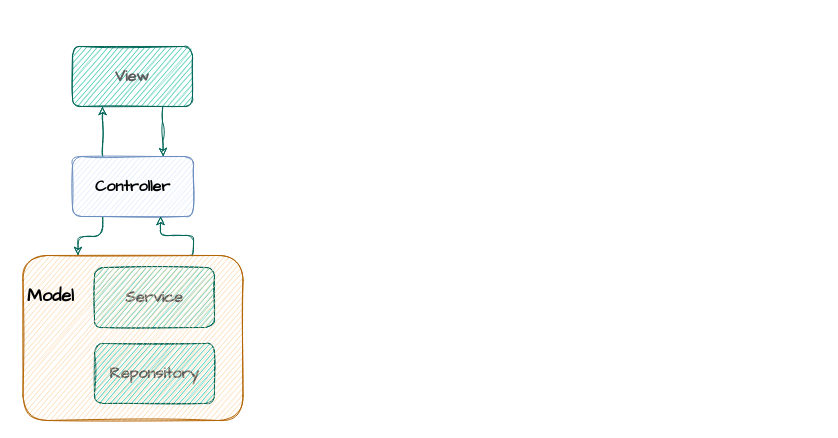
XinBaoCode/digram keeps this draw.io diagram as Untitled Diagram.drawio. Above is the earlier version. Source tidied: cells renumbered, new cells numbered last; positions are measured from the earlier drawing's top-left corner, leaving out a move shared by most shapes. Both pictures are drawn from the tidied source at 100%, with x=0, y=0 at pixel (17, 46).
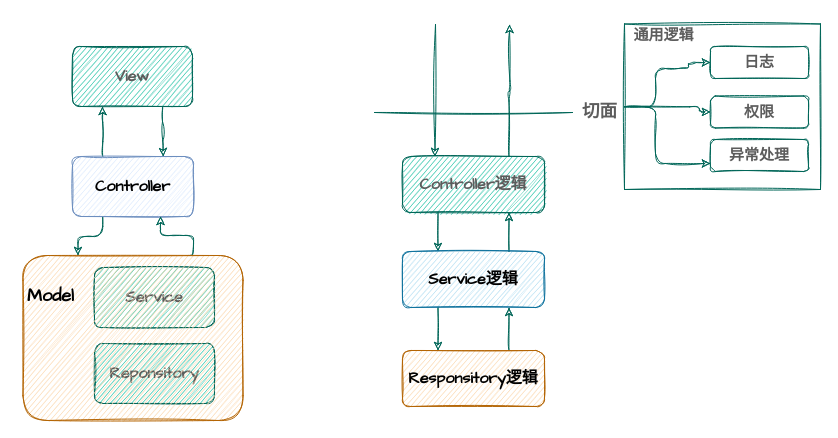
The same diagram, later.

Change to the diagram source:
```diff
@@
+    <mxCell id="12" style="edgeStyle=orthogonalEdgeStyle;curved=0;rounded=1;sketch=1;jettySize=auto;html=1;exitX=0;exitY=0.5;exitDx=0;exitDy=0;entryX=0;entryY=0.75;entryDx=0;entryDy=0;fontFamily=Comic Sans MS;fontSize=15;fontColor=#5C5C5C;strokeColor=#006658;fillColor=#21C0A5;" parent="1" edge="1" source="15" target="30">
+      <mxGeometry relative="1" as="geometry">
+        <Array as="points">
+          <mxPoint x="638" y="60" />
+          <mxPoint x="638" y="117" />
+        </Array>
+      </mxGeometry>
+    </mxCell>
+    <mxCell id="13" style="edgeStyle=orthogonalEdgeStyle;curved=0;rounded=1;sketch=1;jettySize=auto;html=1;exitX=0;exitY=0.5;exitDx=0;exitDy=0;entryX=0;entryY=0.5;entryDx=0;entryDy=0;fontFamily=Comic Sans MS;fontSize=15;fontColor=#5C5C5C;strokeColor=#006658;fillColor=#21C0A5;" parent="1" edge="1" source="15" target="29">
+      <mxGeometry relative="1" as="geometry">
+        <Array as="points">
+          <mxPoint x="682" y="60" />
+          <mxPoint x="682" y="66" />
+        </Array>
+      </mxGeometry>
+    </mxCell>
+    <mxCell id="14" style="edgeStyle=orthogonalEdgeStyle;curved=0;rounded=1;sketch=1;jettySize=auto;html=1;exitX=0;exitY=0.5;exitDx=0;exitDy=0;entryX=0;entryY=0.5;entryDx=0;entryDy=0;fontFamily=Comic Sans MS;fontSize=15;fontColor=#5C5C5C;strokeColor=#006658;fillColor=#21C0A5;" parent="1" edge="1" source="15" target="28">
+      <mxGeometry relative="1" as="geometry">
+        <Array as="points">
+          <mxPoint x="638" y="60" />
+          <mxPoint x="638" y="22" />
+          <mxPoint x="671" y="22" />
+          <mxPoint x="671" y="16" />
+        </Array>
+      </mxGeometry>
+    </mxCell>
+    <mxCell id="15" style="rounded=0;whiteSpace=wrap;html=1;labelBorderColor=none;sketch=1;fontFamily=Comic Sans MS;fontSize=15;fontColor=#5C5C5C;strokeColor=#006658;fillColor=none;" parent="1" vertex="1">
+      <mxGeometry x="607" y="-22.5" width="196" height="165.5" as="geometry" />
+    </mxCell>
@@
+    <mxCell id="16" style="edgeStyle=orthogonalEdgeStyle;curved=0;rounded=1;sketch=1;jettySize=auto;html=1;exitX=0.75;exitY=0;exitDx=0;exitDy=0;entryX=0.75;entryY=1;entryDx=0;entryDy=0;fontFamily=Comic Sans MS;fontSize=15;fontColor=#5C5C5C;strokeColor=#006658;fillColor=#21C0A5;" parent="1" edge="1" source="17" target="23">
+      <mxGeometry relative="1" as="geometry" />
+    </mxCell>
+    <mxCell id="17" value="Responsitory逻辑" style="rounded=1;whiteSpace=wrap;html=1;fontFamily=Comic Sans MS;horizontal=1;fontStyle=1;align=center;verticalAlign=middle;fontSize=16;fillColor=#fad7ac;strokeColor=#b46504;sketch=1;" parent="1" vertex="1">
+      <mxGeometry x="385" y="304" width="142" height="56" as="geometry" />
+    </mxCell>
+    <mxCell id="18" style="edgeStyle=orthogonalEdgeStyle;curved=0;rounded=1;sketch=1;jettySize=auto;html=1;exitX=0.25;exitY=1;exitDx=0;exitDy=0;entryX=0.25;entryY=0;entryDx=0;entryDy=0;fontFamily=Comic Sans MS;fontSize=15;fontColor=#5C5C5C;strokeColor=#006658;fillColor=#21C0A5;" parent="1" edge="1" source="20" target="23">
+      <mxGeometry relative="1" as="geometry" />
+    </mxCell>
+    <mxCell id="19" style="edgeStyle=orthogonalEdgeStyle;curved=0;rounded=1;sketch=1;jettySize=auto;html=1;exitX=0.75;exitY=0;exitDx=0;exitDy=0;fontFamily=Comic Sans MS;fontSize=15;fontColor=#5C5C5C;strokeColor=#006658;fillColor=#21C0A5;" parent="1" edge="1" source="20">
+      <mxGeometry relative="1" as="geometry">
+        <mxPoint x="492" y="-22" as="targetPoint" />
+      </mxGeometry>
+    </mxCell>
+    <mxCell id="20" value="Controller逻辑" style="rounded=1;whiteSpace=wrap;html=1;fontFamily=Comic Sans MS;horizontal=1;fontStyle=1;align=center;verticalAlign=middle;fontSize=16;fillColor=#21C0A5;strokeColor=#006658;fontColor=#5C5C5C;sketch=1;" parent="1" vertex="1">
+      <mxGeometry x="385" y="110" width="142" height="56" as="geometry" />
+    </mxCell>
+    <mxCell id="21" style="edgeStyle=orthogonalEdgeStyle;curved=0;rounded=1;sketch=1;jettySize=auto;html=1;exitX=0.75;exitY=0;exitDx=0;exitDy=0;entryX=0.75;entryY=1;entryDx=0;entryDy=0;fontFamily=Comic Sans MS;fontSize=15;fontColor=#5C5C5C;strokeColor=#006658;fillColor=#21C0A5;" parent="1" edge="1" source="23" target="20">
+      <mxGeometry relative="1" as="geometry" />
+    </mxCell>
+    <mxCell id="22" style="edgeStyle=orthogonalEdgeStyle;curved=0;rounded=1;sketch=1;jettySize=auto;html=1;exitX=0.25;exitY=1;exitDx=0;exitDy=0;entryX=0.25;entryY=0;entryDx=0;entryDy=0;fontFamily=Comic Sans MS;fontSize=15;fontColor=#5C5C5C;strokeColor=#006658;fillColor=#21C0A5;" parent="1" edge="1" source="23" target="17">
+      <mxGeometry relative="1" as="geometry" />
+    </mxCell>
+    <mxCell id="23" value="Service逻辑" style="rounded=1;whiteSpace=wrap;html=1;fontFamily=Comic Sans MS;horizontal=1;fontStyle=1;align=center;verticalAlign=middle;fontSize=16;fillColor=#b1ddf0;strokeColor=#10739e;sketch=1;" parent="1" vertex="1">
+      <mxGeometry x="385" y="205" width="142" height="56" as="geometry" />
+    </mxCell>
+    <mxCell id="24" style="endArrow=none;html=1;rounded=1;sketch=1;fontFamily=Comic Sans MS;fontSize=15;fontColor=#5C5C5C;strokeColor=#006658;fillColor=#21C0A5;curved=0;" parent="1" edge="1">
+      <mxGeometry relative="1" as="geometry">
+        <mxPoint x="357" y="66" as="sourcePoint" />
+        <mxPoint x="555" y="66" as="targetPoint" />
+      </mxGeometry>
+    </mxCell>
+    <mxCell id="25" style="endArrow=classic;html=1;rounded=1;sketch=1;fontFamily=Comic Sans MS;fontSize=15;fontColor=#5C5C5C;strokeColor=#006658;fillColor=#21C0A5;curved=0;entryX=0.25;entryY=0;entryDx=0;entryDy=0;" parent="1" edge="1">
+      <mxGeometry relative="1" as="geometry">
+        <mxPoint x="418" y="-22" as="sourcePoint" />
+        <mxPoint x="417.5" y="110" as="targetPoint" />
+      </mxGeometry>
+    </mxCell>
+    <mxCell id="26" value="&lt;h3&gt;&lt;font face=&quot;Verdana&quot;&gt;切面&lt;/font&gt;&lt;/h3&gt;" style="text;html=1;align=center;verticalAlign=middle;strokeColor=none;fillColor=none;fontSize=15;fontFamily=Comic Sans MS;fontColor=#5C5C5C;" parent="1" vertex="1">
+      <mxGeometry x="554" y="38" width="55" height="55" as="geometry" />
+    </mxCell>
+    <mxCell id="27" value="&lt;b&gt;通用逻辑&lt;/b&gt;" style="text;html=1;align=center;verticalAlign=middle;strokeColor=none;fillColor=none;fontSize=15;fontFamily=Comic Sans MS;fontColor=#5C5C5C;" parent="1" vertex="1">
+      <mxGeometry x="607" y="-22" width="77" height="22" as="geometry" />
+    </mxCell>
+    <mxCell id="28" value="&lt;b&gt;&lt;font face=&quot;Comic Sans MS&quot;&gt;日志&lt;/font&gt;&lt;/b&gt;" style="rounded=1;whiteSpace=wrap;html=1;labelBorderColor=none;sketch=1;fontFamily=Comic Sans MS;fontSize=15;fontColor=#5C5C5C;strokeColor=#006658;fillColor=none;" parent="1" vertex="1">
+      <mxGeometry x="693" width="98" height="32" as="geometry" />
+    </mxCell>
+    <mxCell id="29" value="&lt;b&gt;权限&lt;/b&gt;" style="rounded=1;whiteSpace=wrap;html=1;labelBorderColor=none;sketch=1;fontFamily=Comic Sans MS;fontSize=15;fontColor=#5C5C5C;strokeColor=#006658;fillColor=none;" parent="1" vertex="1">
+      <mxGeometry x="693" y="49.5" width="98" height="32" as="geometry" />
+    </mxCell>
+    <mxCell id="30" value="&lt;b&gt;异常处理&lt;/b&gt;" style="rounded=1;whiteSpace=wrap;html=1;labelBorderColor=none;sketch=1;fontFamily=Comic Sans MS;fontSize=15;fontColor=#5C5C5C;strokeColor=#006658;fillColor=none;" parent="1" vertex="1">
+      <mxGeometry x="693" y="93" width="98" height="32" as="geometry" />
+    </mxCell>
```
